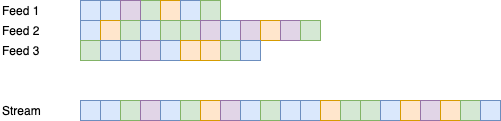
This is docs/content/diagrams/echo-feeds.png from dxos/dxos, a draw.io export, as it was before one commit. Source tidied: cells renumbered, new cells last; positions are measured from the earlier drawing's top-left corner, leaving out a move shared by most shapes.
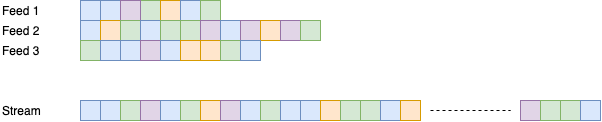
After the change.

Change to the diagram source:
```diff
@@ -138,16 +138,16 @@
       <mxGeometry x="400" y="100" width="20" height="20" as="geometry" />
     </mxCell>
     <mxCell id="47" style="whiteSpace=wrap;html=1;fillColor=#e1d5e7;strokeColor=#9673a6;" parent="1" vertex="1">
-      <mxGeometry x="420" y="100" width="20" height="20" as="geometry" />
+      <mxGeometry x="520" y="100" width="20" height="20" as="geometry" />
     </mxCell>
-    <mxCell id="48" style="whiteSpace=wrap;html=1;fillColor=#ffe6cc;strokeColor=#d79b00;" parent="1" vertex="1">
-      <mxGeometry x="440" y="100" width="20" height="20" as="geometry" />
+    <mxCell id="48" style="whiteSpace=wrap;html=1;fillColor=#d5e8d4;strokeColor=#82b366;" parent="1" vertex="1">
+      <mxGeometry x="540" y="100" width="20" height="20" as="geometry" />
     </mxCell>
     <mxCell id="49" style="whiteSpace=wrap;html=1;fillColor=#d5e8d4;strokeColor=#82b366;" parent="1" vertex="1">
-      <mxGeometry x="460" y="100" width="20" height="20" as="geometry" />
+      <mxGeometry x="560" y="100" width="20" height="20" as="geometry" />
     </mxCell>
     <mxCell id="50" style="whiteSpace=wrap;html=1;fillColor=#dae8fc;strokeColor=#6c8ebf;" parent="1" vertex="1">
-      <mxGeometry x="480" y="100" width="20" height="20" as="geometry" />
+      <mxGeometry x="580" y="100" width="20" height="20" as="geometry" />
     </mxCell>
     <mxCell id="51" value="Feed 1" style="text;html=1;align=left;verticalAlign=middle;fillColor=none;strokeColor=none;rounded=0;" parent="1" vertex="1">
       <mxGeometry width="50" height="20" as="geometry" />
@@ -161,5 +161,11 @@
     <mxCell id="54" value="Stream" style="text;html=1;align=left;verticalAlign=middle;fillColor=none;strokeColor=none;rounded=0;" parent="1" vertex="1">
       <mxGeometry y="100" width="50" height="20" as="geometry" />
     </mxCell>
+    <mxCell id="55" style="endArrow=none;dashed=1;html=1;" parent="1" edge="1">
+      <mxGeometry relative="1" as="geometry">
+        <mxPoint x="430" y="110" as="sourcePoint" />
+        <mxPoint x="510" y="110" as="targetPoint" />
+      </mxGeometry>
+    </mxCell>
   </root>
 </mxGraphModel>
```
